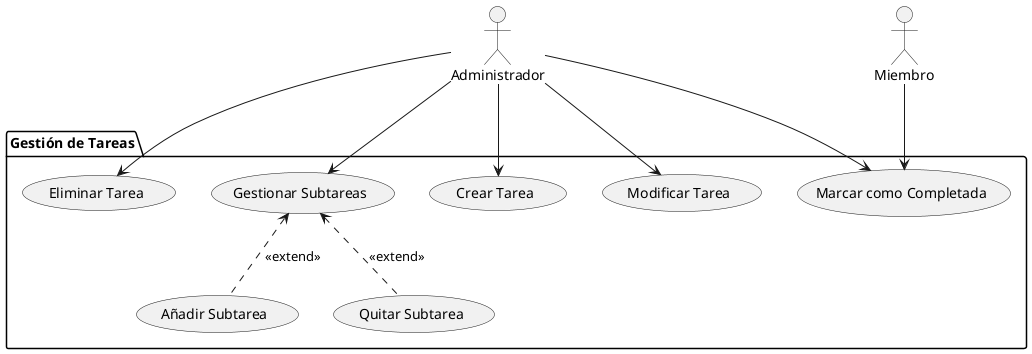
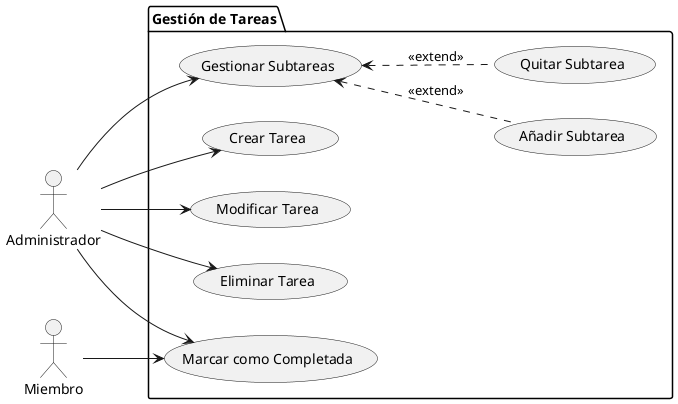
@startuml DiagramaGestionTareas
+ left to right direction
actor "Administrador" as Admin
actor "Miembro" as Miem

    package "Gestión de Tareas" {
        usecase "Crear Tarea" as UC1
        usecase "Modificar Tarea" as UC2
        usecase "Eliminar Tarea" as UC3
        usecase "Marcar como Completada" as UC4
        usecase "Gestionar Subtareas" as UC5
        usecase "Añadir Subtarea" as UC5a
        usecase "Quitar Subtarea" as UC5b
    }

    Admin --> UC1
    Admin--> UC2
    Admin--> UC3
    Admin --> UC4
    Miem --> UC4
    Admin--> UC5
    UC5 <.. UC5a : <<extend>>
    UC5 <.. UC5b : <<extend>>
@enduml